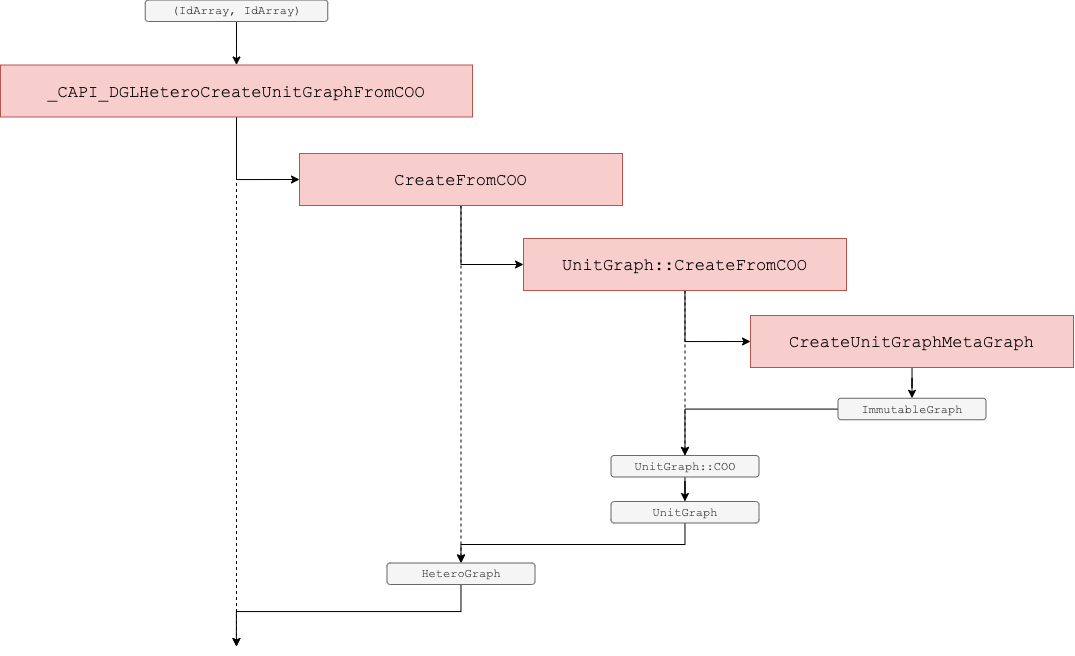
Above: sec_learning/Algorithm/GNN_DGL_Graph_Construction/pic/codeflow_dll.png in zobinHuang/zobinhuang.github.io (draw.io), before the change. Source tidied: cells renumbered, new cells last; positions are measured from the earlier drawing's top-left corner, leaving out a move shared by most shapes.
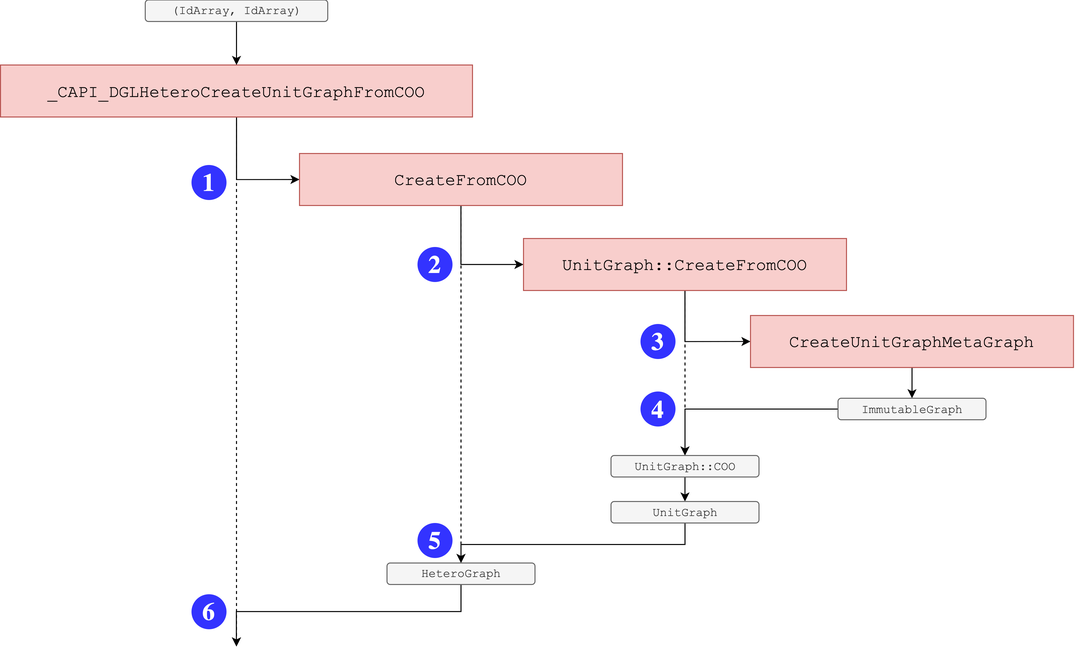
The same diagram one commit later.

Change to the diagram source:
```diff
@@ -78,5 +78,23 @@
     <mxCell id="22" value="&lt;font face=&quot;Courier New&quot;&gt;(IdArray, IdArray)&lt;/font&gt;" style="rounded=1;whiteSpace=wrap;html=1;fillColor=#f5f5f5;fontColor=#333333;strokeColor=#666666;" parent="1" vertex="1">
       <mxGeometry x="144.8" y="-0.5" width="182.5" height="21.5" as="geometry" />
     </mxCell>
+    <mxCell id="23" value="&lt;font style=&quot;font-size: 25px&quot;&gt;1&lt;/font&gt;" style="ellipse;whiteSpace=wrap;html=1;fontStyle=1;fontFamily=Lucida Console;fontColor=#FFFFFF;fillColor=#3333FF;strokeColor=none;" parent="1" vertex="1">
+      <mxGeometry x="191" y="164.5" width="35" height="35" as="geometry" />
+    </mxCell>
+    <mxCell id="24" value="&lt;font style=&quot;font-size: 25px&quot;&gt;2&lt;/font&gt;" style="ellipse;whiteSpace=wrap;html=1;fontStyle=1;fontFamily=Lucida Console;fontColor=#FFFFFF;fillColor=#3333FF;strokeColor=none;" parent="1" vertex="1">
+      <mxGeometry x="417" y="246.5" width="35" height="35" as="geometry" />
+    </mxCell>
+    <mxCell id="25" value="&lt;font style=&quot;font-size: 25px&quot;&gt;3&lt;/font&gt;" style="ellipse;whiteSpace=wrap;html=1;fontStyle=1;fontFamily=Lucida Console;fontColor=#FFFFFF;fillColor=#3333FF;strokeColor=none;" parent="1" vertex="1">
+      <mxGeometry x="640" y="323.5" width="35" height="35" as="geometry" />
+    </mxCell>
+    <mxCell id="26" value="&lt;font style=&quot;font-size: 25px&quot;&gt;4&lt;/font&gt;" style="ellipse;whiteSpace=wrap;html=1;fontStyle=1;fontFamily=Lucida Console;fontColor=#FFFFFF;fillColor=#3333FF;strokeColor=none;" parent="1" vertex="1">
+      <mxGeometry x="640" y="391" width="35" height="35" as="geometry" />
+    </mxCell>
+    <mxCell id="27" value="&lt;font style=&quot;font-size: 25px&quot;&gt;5&lt;/font&gt;" style="ellipse;whiteSpace=wrap;html=1;fontStyle=1;fontFamily=Lucida Console;fontColor=#FFFFFF;fillColor=#3333FF;strokeColor=none;" parent="1" vertex="1">
+      <mxGeometry x="417" y="522.5" width="35" height="35" as="geometry" />
+    </mxCell>
+    <mxCell id="28" value="&lt;font style=&quot;font-size: 25px&quot;&gt;6&lt;/font&gt;" style="ellipse;whiteSpace=wrap;html=1;fontStyle=1;fontFamily=Lucida Console;fontColor=#FFFFFF;fillColor=#3333FF;strokeColor=none;" parent="1" vertex="1">
+      <mxGeometry x="191" y="593.8" width="35" height="35" as="geometry" />
+    </mxCell>
   </root>
 </mxGraphModel>
```
